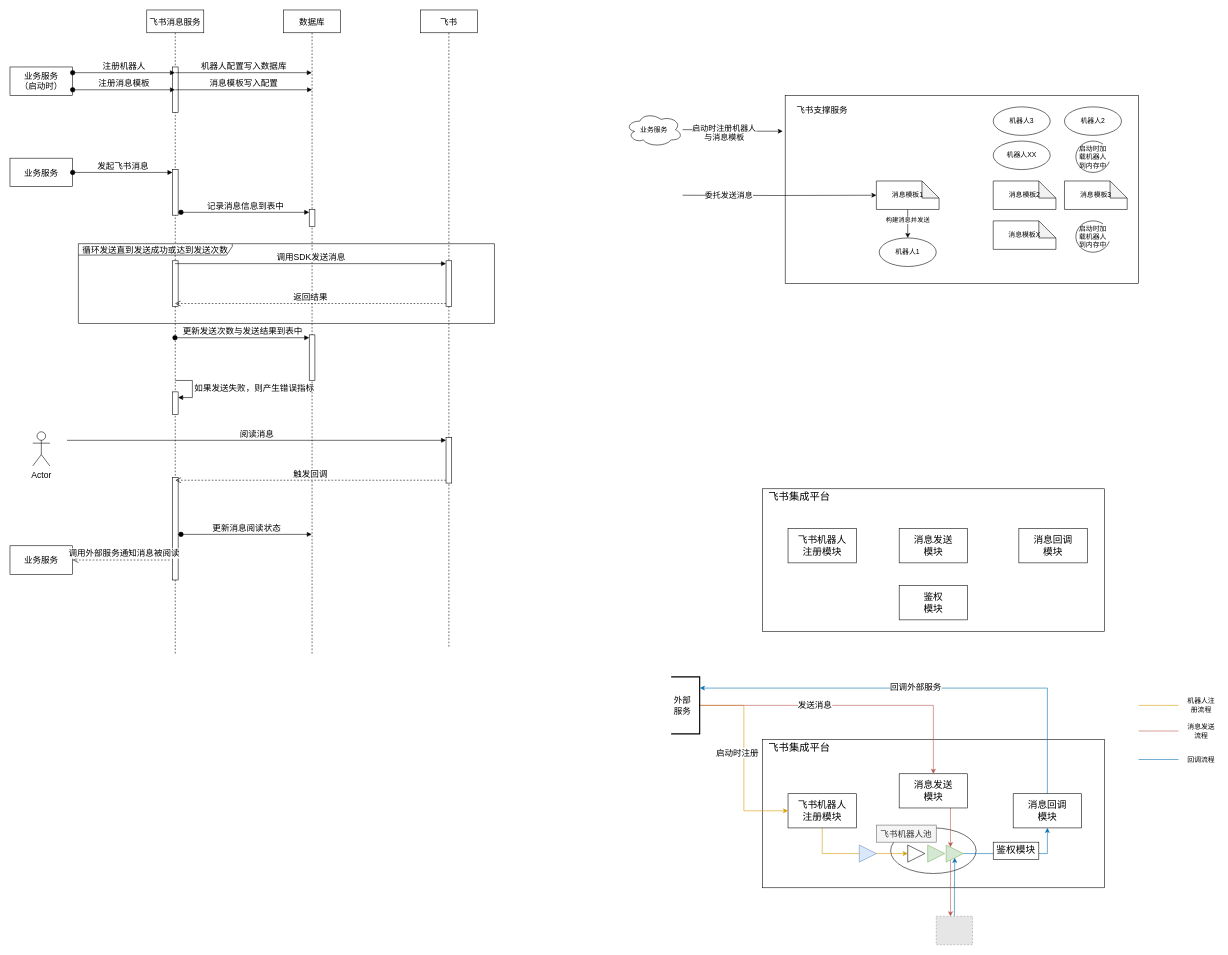
cjf354075714/learn keeps this draw.io diagram as 飞书消息流程.drawio. Above is the earlier version. Source tidied: cells renumbered, new cells numbered last; positions are measured from the earlier drawing's top-left corner, leaving out a move shared by most shapes. Both pictures are drawn from the tidied source at 57%, with x=0, y=0 at pixel (10, 10). Pictures stored in the file or linked from it are replaced by grey dashed boxes.
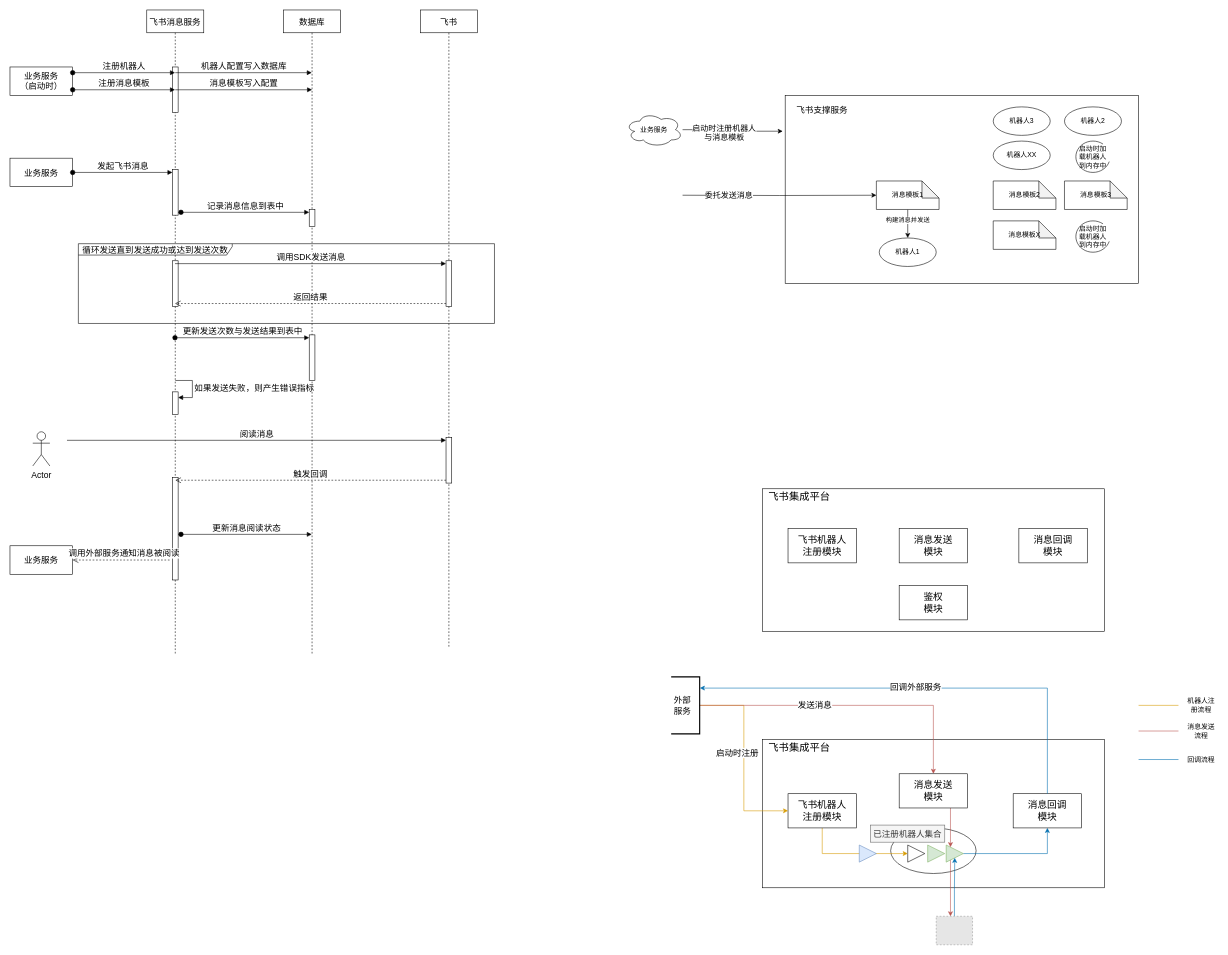
After the change.

Commit message:
更新飞书消息流程.drawio

The edit, as a diff of the source:
```diff
@@
-    <mxCell id="63" value="&lt;font style=&quot;font-size: 15px;&quot;&gt;飞书机器人池&lt;/font&gt;" style="text;html=1;whiteSpace=wrap;align=center;verticalAlign=middle;rounded=0;fillColor=#f5f5f5;fontColor=#333333;strokeColor=#666666;" parent="1" vertex="1">
-      <mxGeometry x="1520" y="1430" width="105" height="30" as="geometry" />
+    <mxCell id="63" value="&lt;span style=&quot;font-size: 15px;&quot;&gt;已注册机器人集合&lt;/span&gt;" style="text;html=1;whiteSpace=wrap;align=center;verticalAlign=middle;rounded=0;fillColor=#f5f5f5;fontColor=#333333;strokeColor=#666666;" parent="1" vertex="1">
+      <mxGeometry x="1510" y="1430" width="130" height="30" as="geometry" />
     </mxCell>
@@
-    <mxCell id="85" value="&lt;font style=&quot;font-size: 17px;&quot;&gt;鉴权&lt;/font&gt;&lt;span style=&quot;font-size: 17px; background-color: transparent; color: light-dark(rgb(0, 0, 0), rgb(255, 255, 255));&quot;&gt;模块&lt;/span&gt;" style="rounded=0;whiteSpace=wrap;html=1;" parent="1" vertex="1">
-      <mxGeometry x="1725" y="1460" width="80" height="30" as="geometry" />
-    </mxCell>
```
